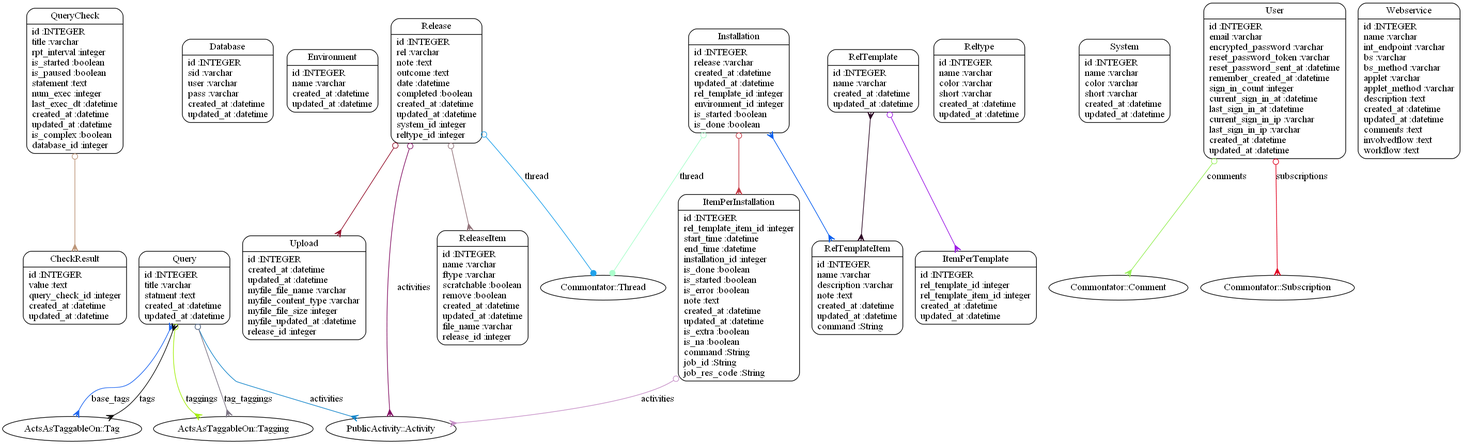
Above: full_models.png in W3SS/widev (Graphviz), before the change. Its source is kept beside it as full_models.dot. The source it was exported from:
```dot
digraph models_diagram {
	graph[overlap=false, splines=true, bgcolor="none"]
	"CheckResult" [shape=Mrecord, label="{CheckResult|id :INTEGER\lvalue :text\lquery_check_id :integer\lcreated_at :datetime\lupdated_at :datetime\l}"]
	"Database" [shape=Mrecord, label="{Database|id :INTEGER\lsid :varchar\luser :varchar\lpass :varchar\lcreated_at :datetime\lupdated_at :datetime\l}"]
	"Environment" [shape=Mrecord, label="{Environment|id :INTEGER\lname :varchar\lcreated_at :datetime\lupdated_at :datetime\l}"]
	"Installation" [shape=Mrecord, label="{Installation|id :INTEGER\lrelease :varchar\lcreated_at :datetime\lupdated_at :datetime\lrel_template_id :integer\lenvironment_id :integer\lis_started :boolean\lis_done :boolean\l}"]
	"ItemPerInstallation" [shape=Mrecord, label="{ItemPerInstallation|id :INTEGER\lrel_template_item_id :integer\lstart_time :datetime\lend_time :datetime\linstallation_id :integer\lis_done :boolean\lis_started :boolean\lis_error :boolean\lnote :text\lcreated_at :datetime\lupdated_at :datetime\lis_extra :boolean\lis_na :boolean\lcommand :String\ljob_id :String\ljob_res_code :String\l}"]
	"ItemPerTemplate" [shape=Mrecord, label="{ItemPerTemplate|id :INTEGER\lrel_template_id :integer\lrel_template_item_id :integer\lcreated_at :datetime\lupdated_at :datetime\l}"]
	"Query" [shape=Mrecord, label="{Query|id :INTEGER\ltitle :varchar\lstatment :text\lcreated_at :datetime\lupdated_at :datetime\l}"]
	"QueryCheck" [shape=Mrecord, label="{QueryCheck|id :INTEGER\ltitle :varchar\lrpt_interval :integer\lis_started :boolean\lis_paused :boolean\lstatement :text\lnum_exec :integer\llast_exec_dt :datetime\lcreated_at :datetime\lupdated_at :datetime\lis_complex :boolean\ldatabase_id :integer\l}"]
	"Release" [shape=Mrecord, label="{Release|id :INTEGER\lrel :varchar\lnote :text\loutcome :text\ldate :datetime\lcompleted :boolean\lcreated_at :datetime\lupdated_at :datetime\lsystem_id :integer\lreltype_id :integer\l}"]
	"ReleaseItem" [shape=Mrecord, label="{ReleaseItem|id :INTEGER\lname :varchar\lftype :varchar\lscratchable :boolean\lremove :boolean\lcreated_at :datetime\lupdated_at :datetime\lfile_name :varchar\lrelease_id :integer\l}"]
	"Reltype" [shape=Mrecord, label="{Reltype|id :INTEGER\lname :varchar\lcolor :varchar\lshort :varchar\lcreated_at :datetime\lupdated_at :datetime\l}"]
	"RelTemplate" [shape=Mrecord, label="{RelTemplate|id :INTEGER\lname :varchar\lcreated_at :datetime\lupdated_at :datetime\l}"]
	"RelTemplateItem" [shape=Mrecord, label="{RelTemplateItem|id :INTEGER\lname :varchar\ldescription :varchar\lnote :text\lcreated_at :datetime\lupdated_at :datetime\lcommand :String\l}"]
	"System" [shape=Mrecord, label="{System|id :INTEGER\lname :varchar\lcolor :varchar\lshort :varchar\lcreated_at :datetime\lupdated_at :datetime\l}"]
	"Upload" [shape=Mrecord, label="{Upload|id :INTEGER\lcreated_at :datetime\lupdated_at :datetime\lmyfile_file_name :varchar\lmyfile_content_type :varchar\lmyfile_file_size :integer\lmyfile_updated_at :datetime\lrelease_id :integer\l}"]
	"User" [shape=Mrecord, label="{User|id :INTEGER\lemail :varchar\lencrypted_password :varchar\lreset_password_token :varchar\lreset_password_sent_at :datetime\lremember_created_at :datetime\lsign_in_count :integer\lcurrent_sign_in_at :datetime\llast_sign_in_at :datetime\lcurrent_sign_in_ip :varchar\llast_sign_in_ip :varchar\lcreated_at :datetime\lupdated_at :datetime\l}"]
	"Webservice" [shape=Mrecord, label="{Webservice|id :INTEGER\lname :varchar\lint_endpoint :varchar\lbs :varchar\lbs_method :varchar\lapplet :varchar\lapplet_method :varchar\ldescription :text\lcreated_at :datetime\lupdated_at :datetime\lcomments :text\linvolvedflow :text\lworkflow :text\l}"]
	"Installation" -> "ItemPerInstallation" [arrowtail=odot, arrowhead=crow, dir=both color="#C33742"]
	"Installation" -> "RelTemplateItem" [arrowtail=crow, arrowhead=crow, dir=both color="#065EF0"]
	"Installation" -> "Commontator::Thread" [label="thread", arrowtail=odot, arrowhead=dot, dir=both color="#ABFECC"]
	"ItemPerInstallation" -> "PublicActivity::Activity" [label="activities", arrowtail=odot, arrowhead=crow, dir=both color="#C791C8"]
	"Query" -> "PublicActivity::Activity" [label="activities", arrowtail=odot, arrowhead=crow, dir=both color="#1787CB"]
	"Query" -> "ActsAsTaggableOn::Tagging" [label="taggings", arrowtail=odot, arrowhead=crow, dir=both color="#A4EF0E"]
	"Query" -> "ActsAsTaggableOn::Tag" [label="base_tags", arrowtail=crow, arrowhead=crow, dir=both color="#1D66F1"]
	"Query" -> "ActsAsTaggableOn::Tagging" [label="tag_taggings", arrowtail=odot, arrowhead=crow, dir=both color="#7C7484"]
	"Query" -> "ActsAsTaggableOn::Tag" [label="tags", arrowtail=crow, arrowhead=crow, dir=both color="#100F0E"]
	"QueryCheck" -> "CheckResult" [arrowtail=odot, arrowhead=crow, dir=both color="#BC9577"]
	"Release" -> "PublicActivity::Activity" [label="activities", arrowtail=odot, arrowhead=crow, dir=both color="#841265"]
	"Release" -> "Commontator::Thread" [label="thread", arrowtail=odot, arrowhead=dot, dir=both color="#21A2EB"]
	"Release" -> "Upload" [arrowtail=odot, arrowhead=crow, dir=both color="#95122D"]
	"Release" -> "ReleaseItem" [arrowtail=odot, arrowhead=crow, dir=both color="#92737A"]
	"RelTemplate" -> "ItemPerTemplate" [arrowtail=odot, arrowhead=crow, dir=both color="#9D1BE5"]
	"RelTemplate" -> "RelTemplateItem" [arrowtail=crow, arrowhead=crow, dir=both color="#2D0925"]
	"User" -> "Commontator::Comment" [label="comments", arrowtail=odot, arrowhead=crow, dir=both color="#99EF5B"]
	"User" -> "Commontator::Subscription" [label="subscriptions", arrowtail=odot, arrowhead=crow, dir=both color="#E10421"]
}
```
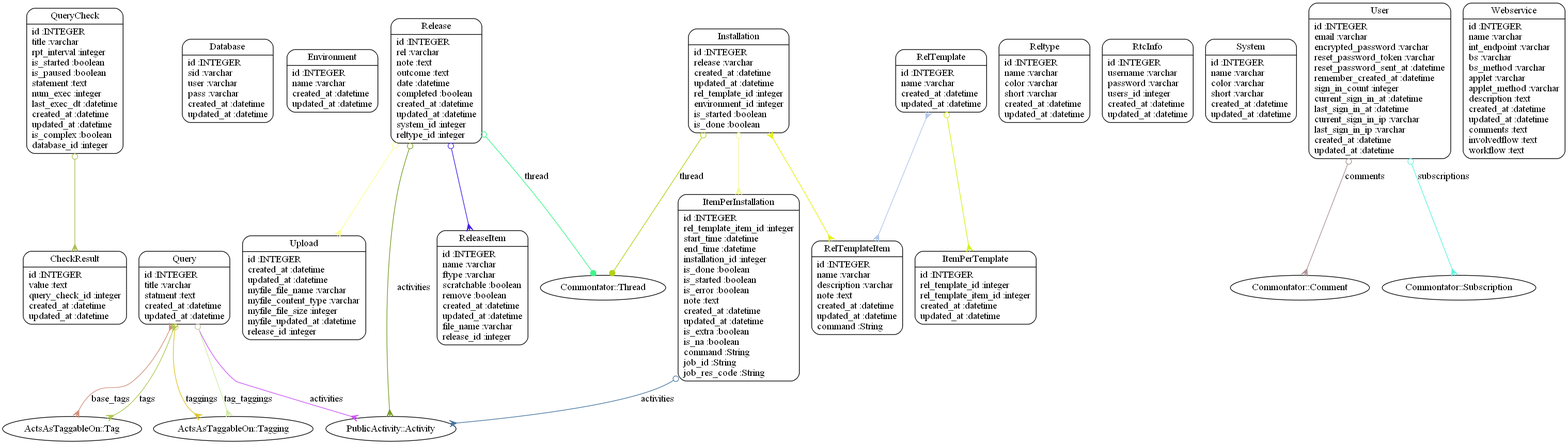
Above is the later version.

What changed in the source:
```diff
@@ -13,26 +13,27 @@
 	"Reltype" [shape=Mrecord, label="{Reltype|id :INTEGER\lname :varchar\lcolor :varchar\lshort :varchar\lcreated_at :datetime\lupdated_at :datetime\l}"]
 	"RelTemplate" [shape=Mrecord, label="{RelTemplate|id :INTEGER\lname :varchar\lcreated_at :datetime\lupdated_at :datetime\l}"]
 	"RelTemplateItem" [shape=Mrecord, label="{RelTemplateItem|id :INTEGER\lname :varchar\ldescription :varchar\lnote :text\lcreated_at :datetime\lupdated_at :datetime\lcommand :String\l}"]
+	"RtcInfo" [shape=Mrecord, label="{RtcInfo|id :INTEGER\lusername :varchar\lpassword :varchar\lusers_id :integer\lcreated_at :datetime\lupdated_at :datetime\l}"]
 	"System" [shape=Mrecord, label="{System|id :INTEGER\lname :varchar\lcolor :varchar\lshort :varchar\lcreated_at :datetime\lupdated_at :datetime\l}"]
 	"Upload" [shape=Mrecord, label="{Upload|id :INTEGER\lcreated_at :datetime\lupdated_at :datetime\lmyfile_file_name :varchar\lmyfile_content_type :varchar\lmyfile_file_size :integer\lmyfile_updated_at :datetime\lrelease_id :integer\l}"]
 	"User" [shape=Mrecord, label="{User|id :INTEGER\lemail :varchar\lencrypted_password :varchar\lreset_password_token :varchar\lreset_password_sent_at :datetime\lremember_created_at :datetime\lsign_in_count :integer\lcurrent_sign_in_at :datetime\llast_sign_in_at :datetime\lcurrent_sign_in_ip :varchar\llast_sign_in_ip :varchar\lcreated_at :datetime\lupdated_at :datetime\l}"]
 	"Webservice" [shape=Mrecord, label="{Webservice|id :INTEGER\lname :varchar\lint_endpoint :varchar\lbs :varchar\lbs_method :varchar\lapplet :varchar\lapplet_method :varchar\ldescription :text\lcreated_at :datetime\lupdated_at :datetime\lcomments :text\linvolvedflow :text\lworkflow :text\l}"]
-	"Installation" -> "ItemPerInstallation" [arrowtail=odot, arrowhead=crow, dir=both color="#C33742"]
-	"Installation" -> "RelTemplateItem" [arrowtail=crow, arrowhead=crow, dir=both color="#065EF0"]
-	"Installation" -> "Commontator::Thread" [label="thread", arrowtail=odot, arrowhead=dot, dir=both color="#ABFECC"]
-	"ItemPerInstallation" -> "PublicActivity::Activity" [label="activities", arrowtail=odot, arrowhead=crow, dir=both color="#C791C8"]
-	"Query" -> "PublicActivity::Activity" [label="activities", arrowtail=odot, arrowhead=crow, dir=both color="#1787CB"]
-	"Query" -> "ActsAsTaggableOn::Tagging" [label="taggings", arrowtail=odot, arrowhead=crow, dir=both color="#A4EF0E"]
-	"Query" -> "ActsAsTaggableOn::Tag" [label="base_tags", arrowtail=crow, arrowhead=crow, dir=both color="#1D66F1"]
-	"Query" -> "ActsAsTaggableOn::Tagging" [label="tag_taggings", arrowtail=odot, arrowhead=crow, dir=both color="#7C7484"]
-	"Query" -> "ActsAsTaggableOn::Tag" [label="tags", arrowtail=crow, arrowhead=crow, dir=both color="#100F0E"]
-	"QueryCheck" -> "CheckResult" [arrowtail=odot, arrowhead=crow, dir=both color="#BC9577"]
-	"Release" -> "PublicActivity::Activity" [label="activities", arrowtail=odot, arrowhead=crow, dir=both color="#841265"]
-	"Release" -> "Commontator::Thread" [label="thread", arrowtail=odot, arrowhead=dot, dir=both color="#21A2EB"]
-	"Release" -> "Upload" [arrowtail=odot, arrowhead=crow, dir=both color="#95122D"]
-	"Release" -> "ReleaseItem" [arrowtail=odot, arrowhead=crow, dir=both color="#92737A"]
-	"RelTemplate" -> "ItemPerTemplate" [arrowtail=odot, arrowhead=crow, dir=both color="#9D1BE5"]
-	"RelTemplate" -> "RelTemplateItem" [arrowtail=crow, arrowhead=crow, dir=both color="#2D0925"]
-	"User" -> "Commontator::Comment" [label="comments", arrowtail=odot, arrowhead=crow, dir=both color="#99EF5B"]
-	"User" -> "Commontator::Subscription" [label="subscriptions", arrowtail=odot, arrowhead=crow, dir=both color="#E10421"]
+	"Installation" -> "ItemPerInstallation" [arrowtail=odot, arrowhead=crow, dir=both color="#F3F896"]
+	"Installation" -> "RelTemplateItem" [arrowtail=crow, arrowhead=crow, dir=both color="#E6F113"]
+	"Installation" -> "Commontator::Thread" [label="thread", arrowtail=odot, arrowhead=dot, dir=both color="#B2D118"]
+	"ItemPerInstallation" -> "PublicActivity::Activity" [label="activities", arrowtail=odot, arrowhead=crow, dir=both color="#4776A0"]
+	"Query" -> "PublicActivity::Activity" [label="activities", arrowtail=odot, arrowhead=crow, dir=both color="#CC53F9"]
+	"Query" -> "ActsAsTaggableOn::Tagging" [label="taggings", arrowtail=odot, arrowhead=crow, dir=both color="#DDC524"]
+	"Query" -> "ActsAsTaggableOn::Tag" [label="base_tags", arrowtail=crow, arrowhead=crow, dir=both color="#D18F7B"]
+	"Query" -> "ActsAsTaggableOn::Tagging" [label="tag_taggings", arrowtail=odot, arrowhead=crow, dir=both color="#D1EBA5"]
+	"Query" -> "ActsAsTaggableOn::Tag" [label="tags", arrowtail=crow, arrowhead=crow, dir=both color="#ACC650"]
+	"QueryCheck" -> "CheckResult" [arrowtail=odot, arrowhead=crow, dir=both color="#AAC053"]
+	"Release" -> "PublicActivity::Activity" [label="activities", arrowtail=odot, arrowhead=crow, dir=both color="#779C24"]
+	"Release" -> "Commontator::Thread" [label="thread", arrowtail=odot, arrowhead=dot, dir=both color="#3FF589"]
+	"Release" -> "Upload" [arrowtail=odot, arrowhead=crow, dir=both color="#FBFD92"]
+	"Release" -> "ReleaseItem" [arrowtail=odot, arrowhead=crow, dir=both color="#461EE8"]
+	"RelTemplate" -> "ItemPerTemplate" [arrowtail=odot, arrowhead=crow, dir=both color="#D3F213"]
+	"RelTemplate" -> "RelTemplateItem" [arrowtail=crow, arrowhead=crow, dir=both color="#B1C5EA"]
+	"User" -> "Commontator::Comment" [label="comments", arrowtail=odot, arrowhead=crow, dir=both color="#AD9194"]
+	"User" -> "Commontator::Subscription" [label="subscriptions", arrowtail=odot, arrowhead=crow, dir=both color="#5EF3DC"]
 }
```
